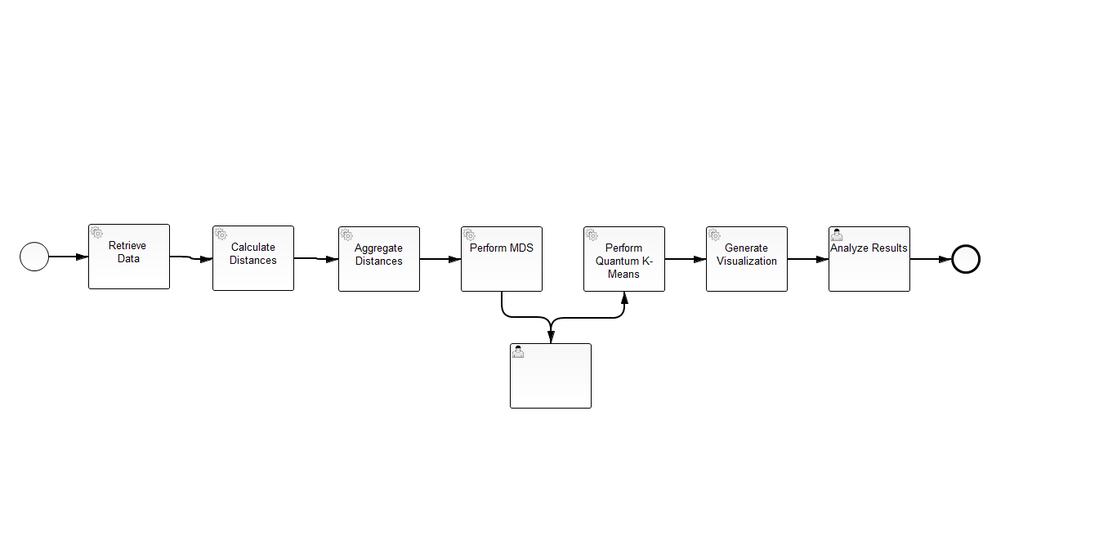
Above: workflow/src/main/resources/qhana-workflow-demonstrator.png in wederbn/qhana-workflow-low-code (BPMN), before the change. Its source is kept beside it as workflow/src/main/resources/qhana-workflow-demonstrator.bpmn. Ids are renumbered.
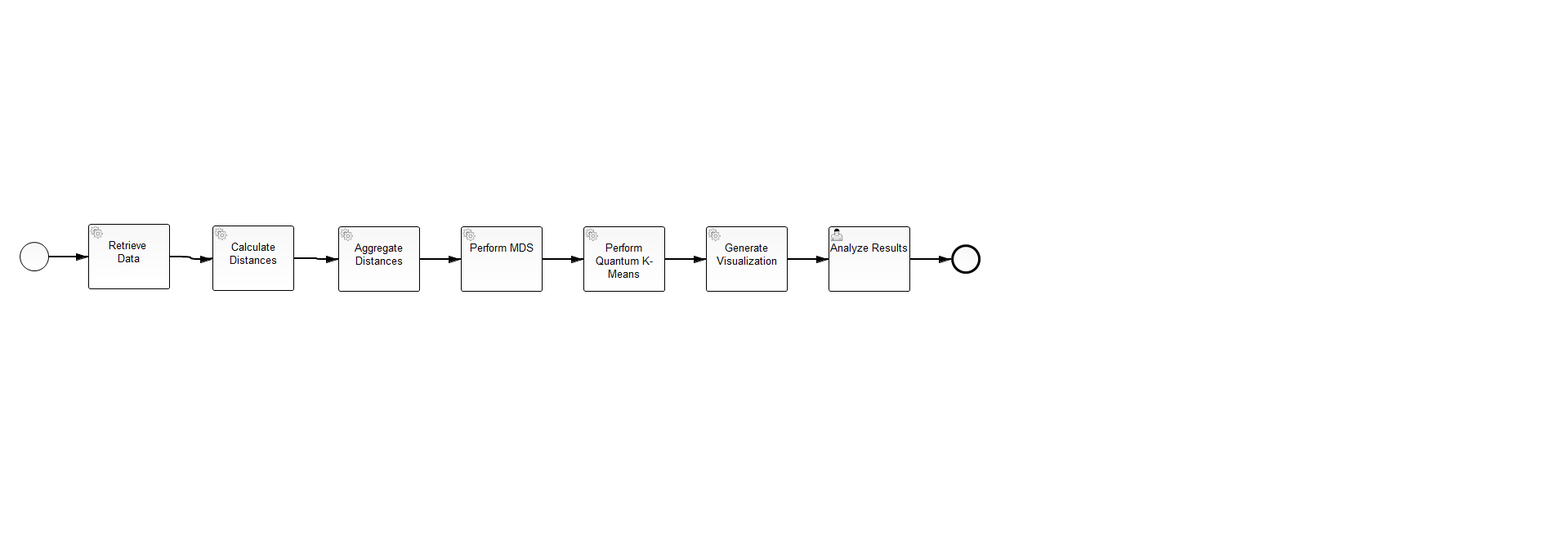
After the change.

Diff of the diagram source:
```diff
@@ -15,18 +15,17 @@
     <bpmn:sequenceFlow id="SequenceFlow_11" name="" sourceRef="ServiceTask_9" targetRef="ServiceTask_10"/>
     <bpmn:serviceTask id="ServiceTask_3" camunda:class="org.quantil.quantme.demonstrator.tasks.PerformMDSTask" camunda:async="true" camunda:asyncAfter="true" name="Perform MDS">
       <bpmn:incoming>SequenceFlow_3</bpmn:incoming>
-      <bpmn:outgoing>SequenceFlow_8</bpmn:outgoing>
+      <bpmn:outgoing>SequenceFlow_19</bpmn:outgoing>
     </bpmn:serviceTask>
     <bpmn:serviceTask id="ServiceTask_4" camunda:class="org.quantil.quantme.demonstrator.tasks.PerformQuantumKMeansTask" camunda:async="true" camunda:asyncAfter="true" name="Perform Quantum K-Means">
-      <bpmn:incoming>SequenceFlow_10</bpmn:incoming>
-      <bpmn:outgoing>SequenceFlow_5</bpmn:outgoing>
+      <bpmn:incoming>SequenceFlow_19</bpmn:incoming>
+      <bpmn:outgoing>SequenceFlow_20</bpmn:outgoing>
     </bpmn:serviceTask>
     <bpmn:serviceTask id="ServiceTask_5" camunda:class="org.quantil.quantme.demonstrator.tasks.GenerateVisualizationTask" camunda:async="true" camunda:asyncAfter="true" name="Generate Visualization">
-      <bpmn:incoming>SequenceFlow_5</bpmn:incoming>
+      <bpmn:incoming>SequenceFlow_20</bpmn:incoming>
       <bpmn:outgoing>SequenceFlow_6</bpmn:outgoing>
     </bpmn:serviceTask>
-    <bpmn:sequenceFlow id="SequenceFlow_5" name="" sourceRef="ServiceTask_4" targetRef="ServiceTask_5"/>
-    <bpmn:userTask id="UserTask_1" name="Analyze Results">
+    <bpmn:userTask id="UserTask_1" name="Analyze Results" camunda:formKey="embedded:app:forms/user-task-analyse-result.html">
       <bpmn:incoming>SequenceFlow_6</bpmn:incoming>
       <bpmn:outgoing>SequenceFlow_7</bpmn:outgoing>
     </bpmn:userTask>
@@ -41,12 +40,8 @@
     <bpmn:sequenceFlow id="SequenceFlow_n3" sourceRef="StartEvent_1" targetRef="ServiceTask_9"/>
     <bpmn:sequenceFlow id="SequenceFlow_9" name="" sourceRef="ServiceTask_10" targetRef="Task_n2"/>
     <bpmn:sequenceFlow id="SequenceFlow_3" name="" sourceRef="Task_n2" targetRef="ServiceTask_3"/>
-    <bpmn:sequenceFlow id="SequenceFlow_8" name="" sourceRef="ServiceTask_3" targetRef="UserTask_3"/>
-    <bpmn:userTask id="UserTask_3">
-      <bpmn:incoming>SequenceFlow_8</bpmn:incoming>
-      <bpmn:outgoing>SequenceFlow_10</bpmn:outgoing>
-    </bpmn:userTask>
-    <bpmn:sequenceFlow id="SequenceFlow_10" name="" sourceRef="UserTask_3" targetRef="ServiceTask_4"/>
+    <bpmn:sequenceFlow id="SequenceFlow_19" name="" sourceRef="ServiceTask_3" targetRef="ServiceTask_4"/>
+    <bpmn:sequenceFlow id="SequenceFlow_20" name="" sourceRef="ServiceTask_4" targetRef="ServiceTask_5"/>
   </bpmn:process>
   <bpmndi:BPMNDiagram id="BPMNDiagram_1">
     <bpmndi:BPMNPlane id="BPMNPlane_1" bpmnElement="quantum-workflow-demonstrator">
@@ -90,10 +85,6 @@
       <bpmndi:BPMNShape id="_BPMNShape_ServiceTask_15" bpmnElement="ServiceTask_5">
         <dc:Bounds height="80.0" width="100.0" x="864.0" y="277.0"/>
       </bpmndi:BPMNShape>
-      <bpmndi:BPMNEdge id="BPMNEdge_SequenceFlow_5" bpmnElement="SequenceFlow_5" sourceElement="_BPMNShape_ServiceTask_14" targetElement="_BPMNShape_ServiceTask_15">
-        <di:waypoint xsi:type="dc:Point" x="814.0" y="317.0"/>
-        <di:waypoint xsi:type="dc:Point" x="864.0" y="317.0"/>
-      </bpmndi:BPMNEdge>
       <bpmndi:BPMNShape id="_BPMNShape_UserTask_2" bpmnElement="UserTask_1">
         <dc:Bounds height="80.0" width="100.0" x="1014.0" y="277.0"/>
       </bpmndi:BPMNShape>
@@ -118,23 +109,13 @@
         <di:waypoint xsi:type="dc:Point" x="514.0" y="317.0"/>
         <di:waypoint xsi:type="dc:Point" x="564.0" y="317.0"/>
       </bpmndi:BPMNEdge>
-      <bpmndi:BPMNShape id="_BPMNShape_UserTask_4" bpmnElement="UserTask_3">
-        <dc:Bounds height="80.0" width="100.0" x="624.0" y="420.0"/>
-      </bpmndi:BPMNShape>
-      <bpmndi:BPMNEdge id="BPMNEdge_SequenceFlow_8" bpmnElement="SequenceFlow_8" sourceElement="_BPMNShape_ServiceTask_13" targetElement="_BPMNShape_UserTask_4">
-        <di:waypoint xsi:type="dc:Point" x="614.0" y="357.0"/>
-        <di:waypoint xsi:type="dc:Point" x="614.0" y="388.0"/>
-        <di:waypoint xsi:type="dc:Point" x="674.0" y="388.0"/>
-        <di:waypoint xsi:type="dc:Point" x="674.0" y="420.0"/>
-        <bpmndi:BPMNLabel>
-          <dc:Bounds height="6.0" width="6.0" x="655.0" y="388.0"/>
-        </bpmndi:BPMNLabel>
+      <bpmndi:BPMNEdge id="BPMNEdge_SequenceFlow_19" bpmnElement="SequenceFlow_19" sourceElement="_BPMNShape_ServiceTask_13" targetElement="_BPMNShape_ServiceTask_14">
+        <di:waypoint xsi:type="dc:Point" x="664.0" y="317.0"/>
+        <di:waypoint xsi:type="dc:Point" x="714.0" y="317.0"/>
       </bpmndi:BPMNEdge>
-      <bpmndi:BPMNEdge id="BPMNEdge_SequenceFlow_10" bpmnElement="SequenceFlow_10" sourceElement="_BPMNShape_UserTask_4" targetElement="_BPMNShape_ServiceTask_14">
-        <di:waypoint xsi:type="dc:Point" x="674.0" y="420.0"/>
-        <di:waypoint xsi:type="dc:Point" x="674.0" y="389.0"/>
-        <di:waypoint xsi:type="dc:Point" x="764.0" y="389.0"/>
-        <di:waypoint xsi:type="dc:Point" x="764.0" y="357.0"/>
+      <bpmndi:BPMNEdge id="BPMNEdge_SequenceFlow_20" bpmnElement="SequenceFlow_20" sourceElement="_BPMNShape_ServiceTask_14" targetElement="_BPMNShape_ServiceTask_15">
+        <di:waypoint xsi:type="dc:Point" x="814.0" y="317.0"/>
+        <di:waypoint xsi:type="dc:Point" x="864.0" y="317.0"/>
       </bpmndi:BPMNEdge>
     </bpmndi:BPMNPlane>
   </bpmndi:BPMNDiagram>
```
